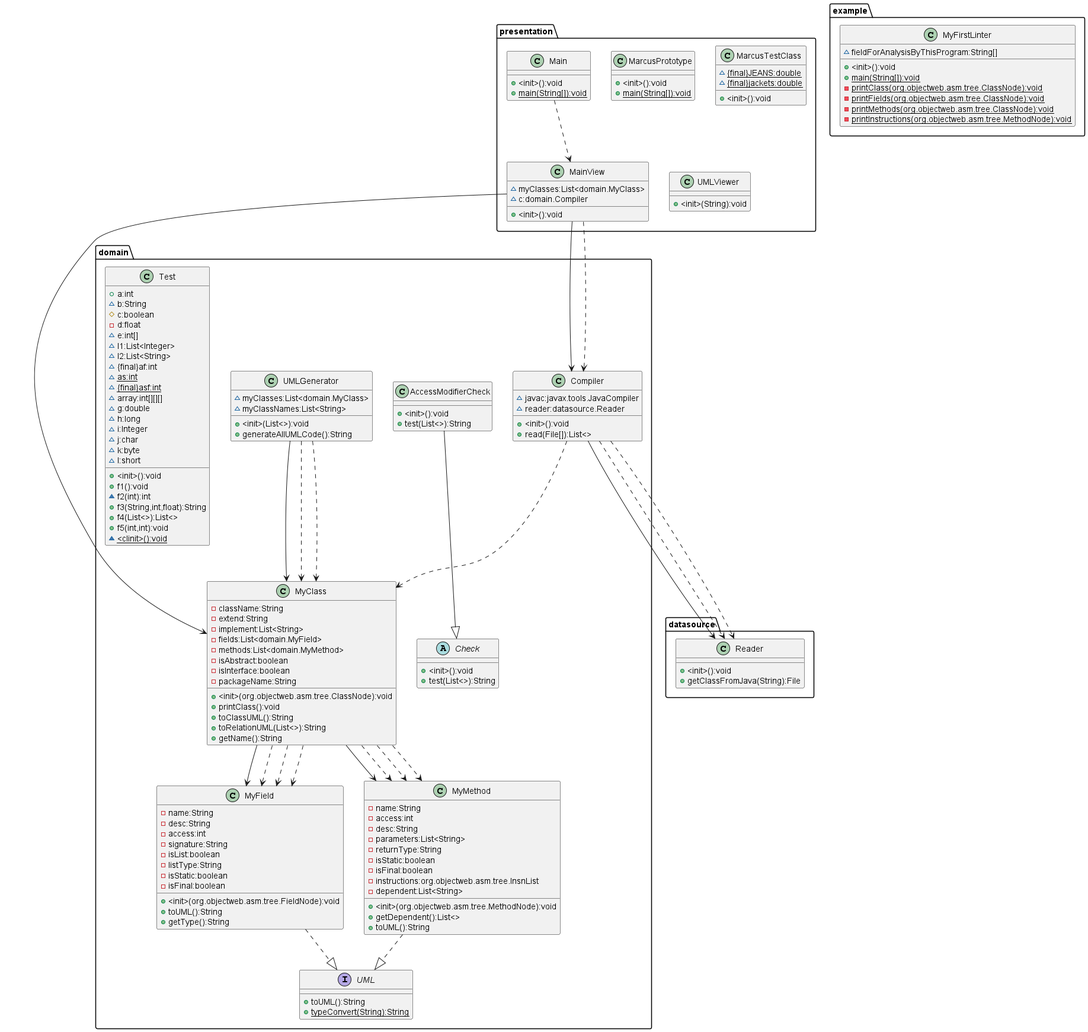
The PlantUML diagram src/main/resources/uml.png in 17hsteward/linter-project, before a commit.
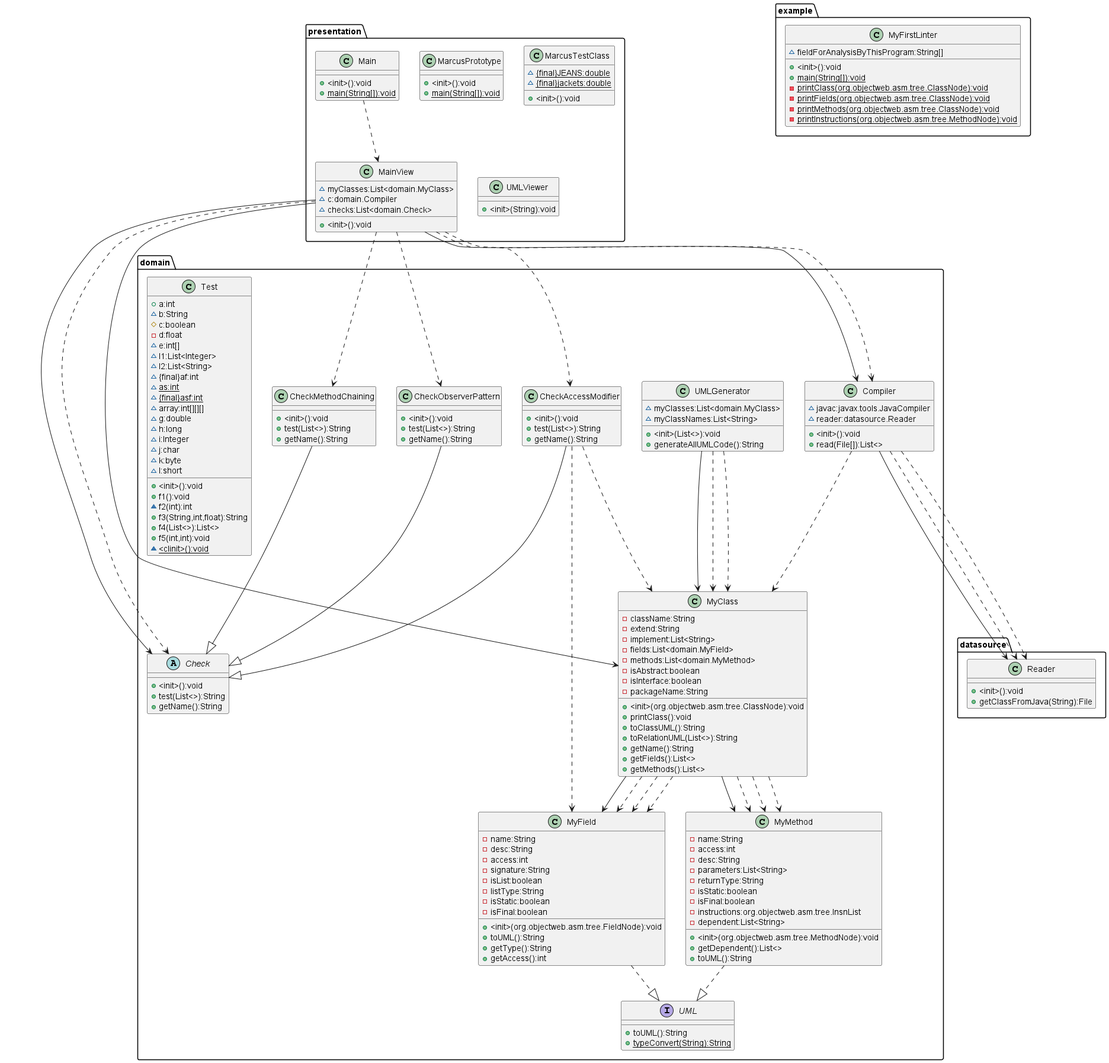
After the commit.

Change to the diagram source:
```diff
@@ -12,13 +12,25 @@
     +<init>():void
     +getClassFromJava(String):File
 }
-class domain.AccessModifierCheck{
-    +<init>():void
-    +test(List<>):String
-}
 abstract class domain.Check{
     +<init>():void
     +test(List<>):String
+    +getName():String
+}
+class domain.CheckAccessModifier{
+    +<init>():void
+    +test(List<>):String
+    +getName():String
+}
+class domain.CheckMethodChaining{
+    +<init>():void
+    +test(List<>):String
+    +getName():String
+}
+class domain.CheckObserverPattern{
+    +<init>():void
+    +test(List<>):String
+    +getName():String
 }
 class domain.Compiler{
     ~javac:javax.tools.JavaCompiler
@@ -40,6 +52,8 @@
     +toClassUML():String
     +toRelationUML(List<>):String
     +getName():String
+    +getFields():List<>
+    +getMethods():List<>
 }
 class domain.MyField{
     -name:String
@@ -53,6 +67,7 @@
     +<init>(org.objectweb.asm.tree.FieldNode):void
     +toUML():String
     +getType():String
+    +getAccess():int
 }
 class domain.MyMethod{
     -name:String
@@ -85,6 +100,7 @@
 class presentation.MainView{
     ~myClasses:List<domain.MyClass>
     ~c:domain.Compiler
+    ~checks:List<domain.Check>
     +<init>():void
 }
 class presentation.MarcusPrototype{
@@ -125,7 +141,11 @@
     +f5(int,int):void
     ~{static}<clinit>():void
 }
-domain.AccessModifierCheck--|>domain.Check
+domain.CheckAccessModifier--|>domain.Check
+domain.CheckAccessModifier..>domain.MyClass
+domain.CheckAccessModifier..>domain.MyField
+domain.CheckMethodChaining--|>domain.Check
+domain.CheckObserverPattern--|>domain.Check
 domain.Compiler-->datasource.Reader
 domain.Compiler..>datasource.Reader
 domain.Compiler..>datasource.Reader
@@ -146,5 +166,10 @@
 presentation.Main..>presentation.MainView
 presentation.MainView-->domain.MyClass
 presentation.MainView-->domain.Compiler
+presentation.MainView-->domain.Check
+presentation.MainView..>domain.CheckAccessModifier
+presentation.MainView..>domain.CheckMethodChaining
+presentation.MainView..>domain.CheckObserverPattern
 presentation.MainView..>domain.Compiler
+presentation.MainView..>domain.Check
 @enduml
```
